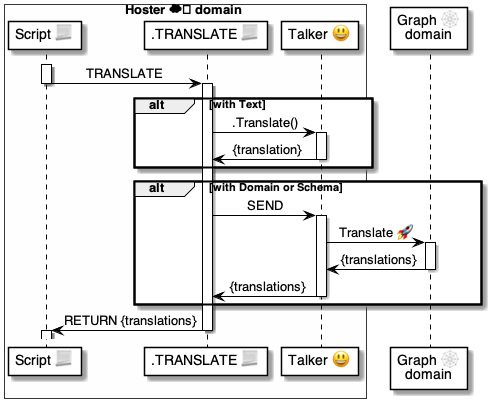
pollyweb-org/pollyweb-docs keeps this PlantUML diagram as 4 ⚙️ Solution/37 Scripts 📃/📃 Commands ⌘/⌘ for methods 🤵/TRANSLATE 🈯/🈯 TRANSLATE ⚙️ uml.png. Above is the earlier version. Its source is kept beside it as 4 ⚙️ Solution/37 Scripts 📃/📃 Commands ⌘/⌘ for methods 🤵/TRANSLATE 🈯/🈯 TRANSLATE ⚙️ uml.puml.
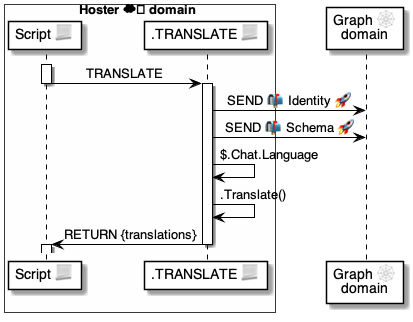
Above is the later version.

Diff of the diagram source:
```diff
@@ -3,7 +3,6 @@
 box Hoster ☁️ domain #FFFFFA
     participant "Script 📃" as script
     participant ".TRANSLATE 📃" as translate
-    participant "Talker 😃" as talker
 end box
 
 participant "Graph 🕸\ndomain" as graph
@@ -11,30 +10,13 @@
 activate script
     script -> translate: TRANSLATE
 deactivate script
+
 activate translate
 
-alt with Text
-    translate -> talker: .Translate()
-    activate talker
-        talker -> translate: {translation}
-    deactivate talker
-end alt
-
-alt with Domain or Schema
-
-        translate -> talker: SEND
-
-    activate talker
-        talker -> graph:  Translate 🚀
-
-        activate graph
-            graph -> talker: {translations}
-        deactivate
-
-        talker -> translate: {translations}
-    deactivate talker
-
-end alt
+    translate -> graph: SEND 📬 Identity 🚀
+    translate -> graph: SEND 📬 Schema 🚀
+    translate -> translate: $.Chat.Language
+    translate -> translate: .Translate()
 
     translate -> script: RETURN {translations}
 deactivate translate
```
